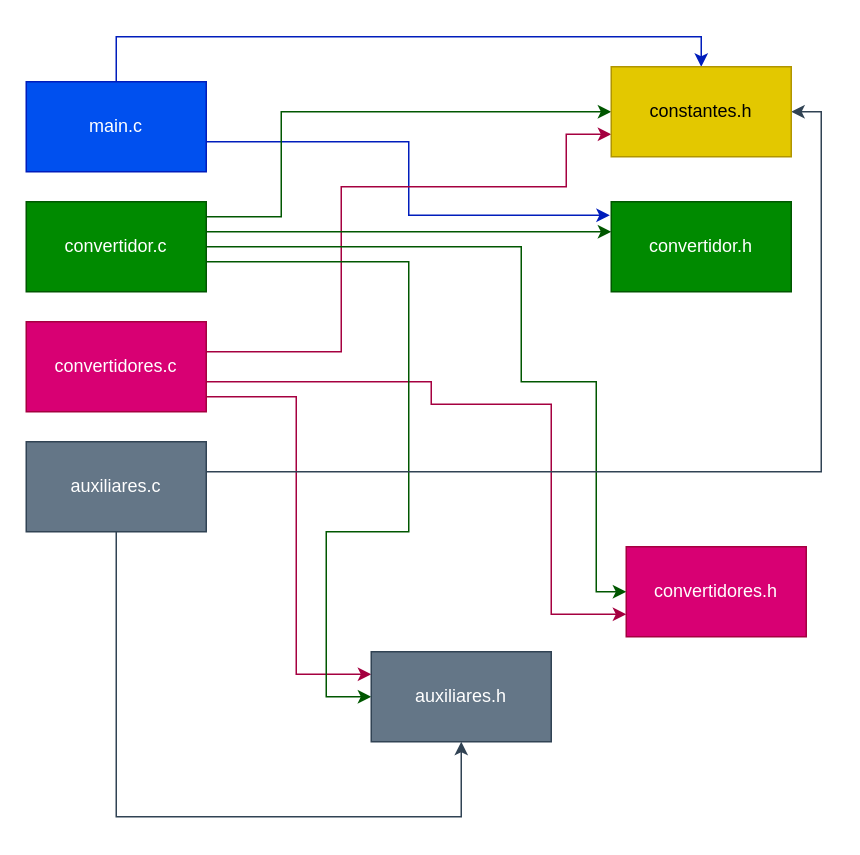
Before: diagrama.drawio in nicolasberti/Calculadora---ORGA, a draw.io diagram. Source tidied: cells renumbered, new cells numbered last; positions are measured from the earlier drawing's top-left corner, leaving out a move shared by most shapes. Both pictures are drawn from the tidied source at 150%, with x=0, y=0 at pixel (26, 36).
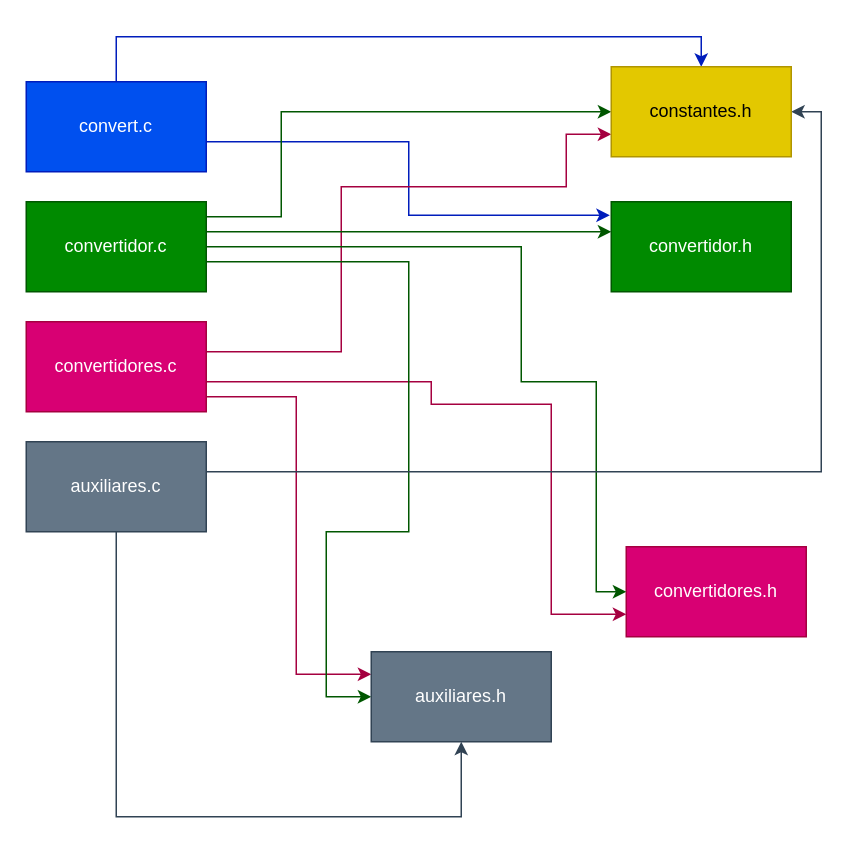
The same diagram, later.

Change to the diagram source:
```diff
@@
-    <mxCell id="4" value="main.c" style="rounded=0;whiteSpace=wrap;html=1;fillColor=#0050ef;strokeColor=#001DBC;fontColor=#ffffff;" parent="1" vertex="1">
+    <mxCell id="4" value="convert.c" style="rounded=0;whiteSpace=wrap;html=1;fillColor=#0050ef;strokeColor=#001DBC;fontColor=#ffffff;" parent="1" vertex="1">
       <mxGeometry y="30" width="120" height="60" as="geometry" />
     </mxCell>
```
